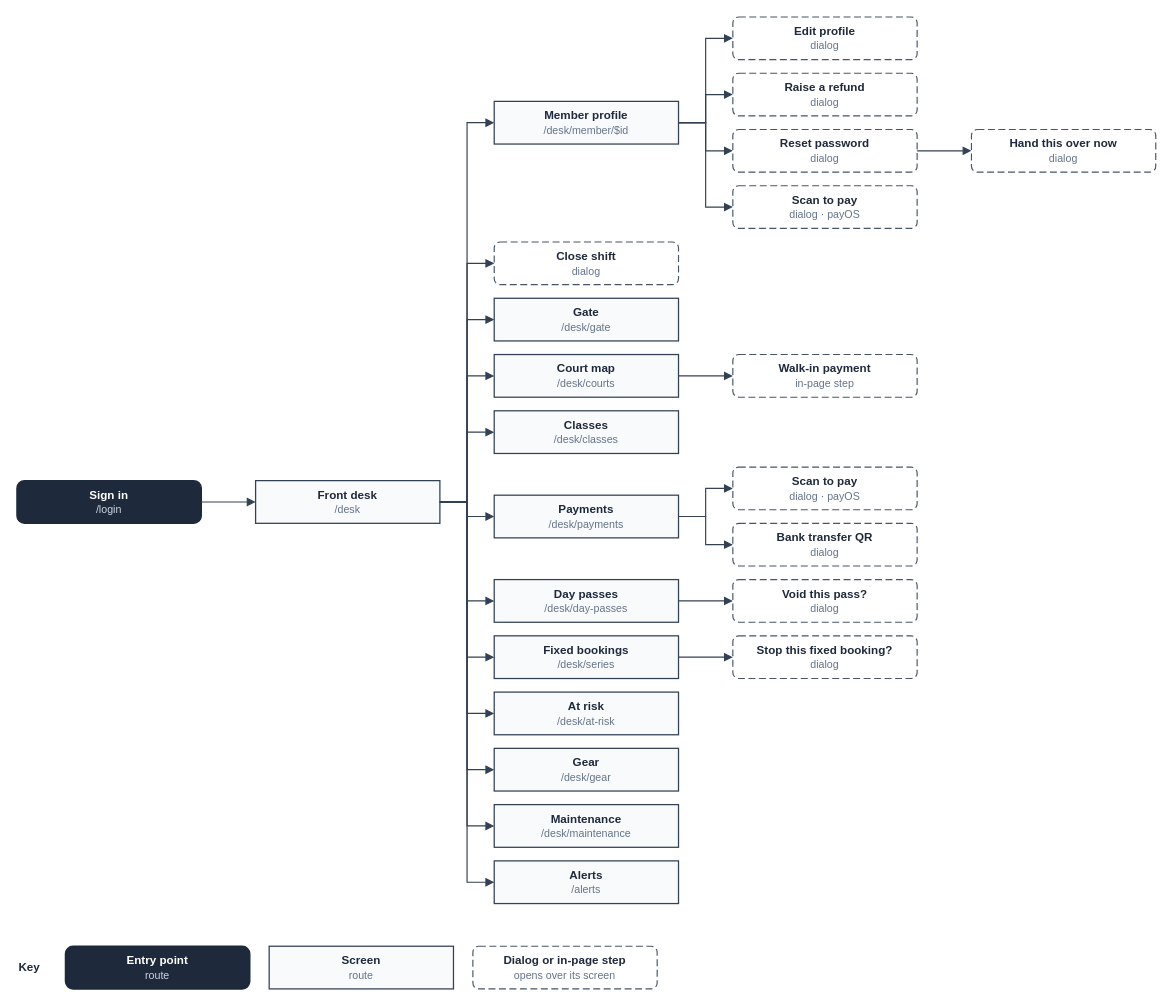
facingshootingstar/Arena3 keeps this draw.io diagram as docs/diagrams/srs/26-sf-receptionist.drawio. Above is the earlier version. Source tidied: cells renumbered, new cells numbered last; positions are measured from the earlier drawing's top-left corner, leaving out a move shared by most shapes. Both pictures are drawn from the tidied source at 97%, with x=0, y=0 at pixel (16, 16).
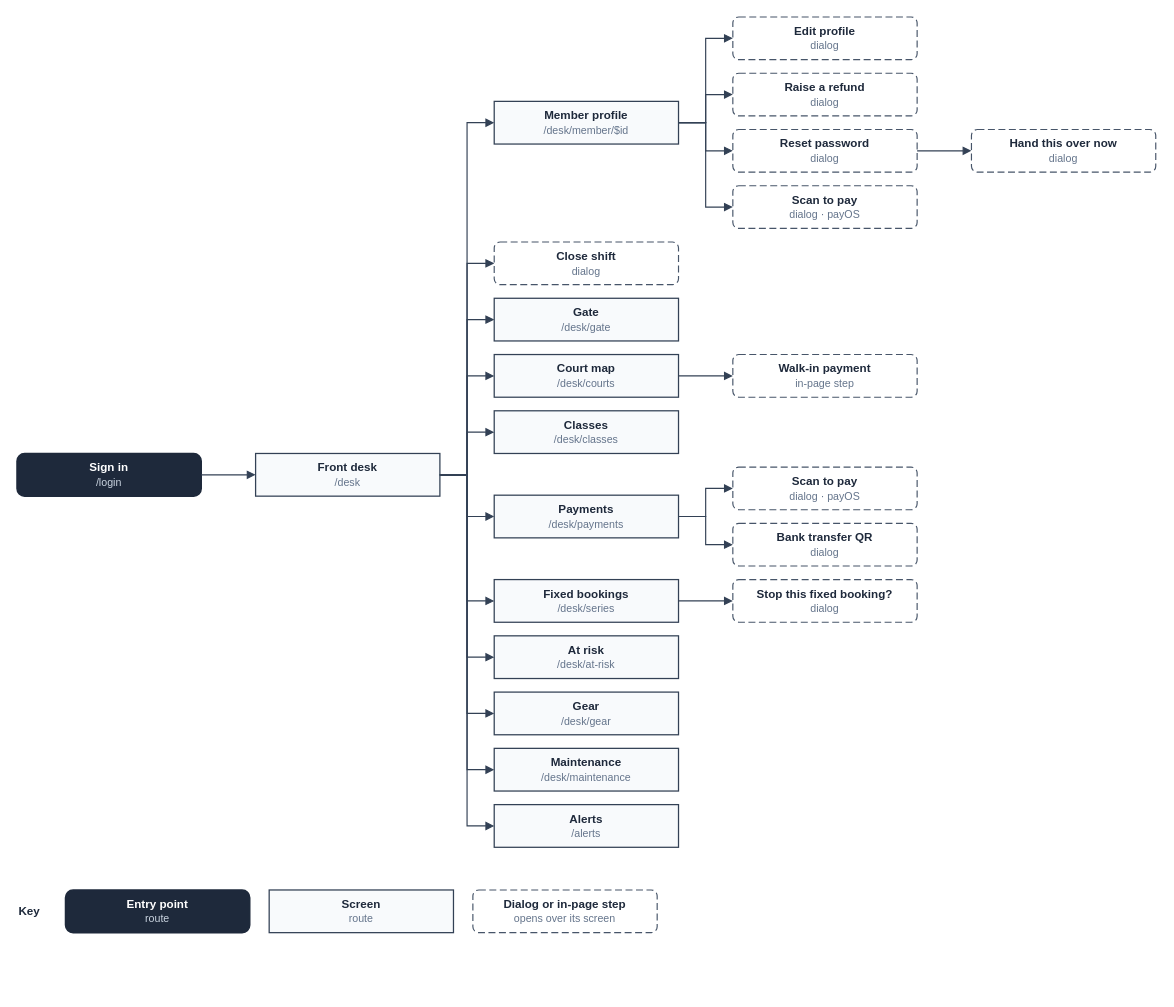
The same diagram, later.

The change refers to these unchanged cells:
```xml
<mxCell id="4" value="&lt;b&gt;Member profile&lt;/b&gt;&lt;br&gt;&lt;font style=&quot;font-size:11px&quot; color=&quot;#64748b&quot;&gt;/desk/member/$id&lt;/font&gt;" style="rounded=0;fillColor=#f8fafc;strokeColor=#334155;strokeWidth=1.3;whiteSpace=wrap;html=1;fontFamily=Helvetica;fontSize=12;fontColor=#1e293b;" parent="1" vertex="1">
  <mxGeometry x="492" y="87" width="190" height="44" as="geometry" />
</mxCell>
<mxCell id="16" value="&lt;b&gt;Close shift&lt;/b&gt;&lt;br&gt;&lt;font style=&quot;font-size:11px&quot; color=&quot;#64748b&quot;&gt;dialog&lt;/font&gt;" style="rounded=1;arcSize=14;dashed=1;dashPattern=6 3;fillColor=#ffffff;strokeColor=#475569;strokeWidth=1.2;whiteSpace=wrap;html=1;fontFamily=Helvetica;fontSize=12;fontColor=#1e293b;" parent="1" vertex="1">
  <mxGeometry x="492" y="232" width="190" height="44" as="geometry" />
</mxCell>
<mxCell id="18" value="&lt;b&gt;Gate&lt;/b&gt;&lt;br&gt;&lt;font style=&quot;font-size:11px&quot; color=&quot;#64748b&quot;&gt;/desk/gate&lt;/font&gt;" style="rounded=0;fillColor=#f8fafc;strokeColor=#334155;strokeWidth=1.3;whiteSpace=wrap;html=1;fontFamily=Helvetica;fontSize=12;fontColor=#1e293b;" parent="1" vertex="1">
  <mxGeometry x="492" y="290" width="190" height="44" as="geometry" />
</mxCell>
<mxCell id="20" value="&lt;b&gt;Court map&lt;/b&gt;&lt;br&gt;&lt;font style=&quot;font-size:11px&quot; color=&quot;#64748b&quot;&gt;/desk/courts&lt;/font&gt;" style="rounded=0;fillColor=#f8fafc;strokeColor=#334155;strokeWidth=1.3;whiteSpace=wrap;html=1;fontFamily=Helvetica;fontSize=12;fontColor=#1e293b;" parent="1" vertex="1">
  <mxGeometry x="492" y="348" width="190" height="44" as="geometry" />
</mxCell>
<mxCell id="24" value="&lt;b&gt;Classes&lt;/b&gt;&lt;br&gt;&lt;font style=&quot;font-size:11px&quot; color=&quot;#64748b&quot;&gt;/desk/classes&lt;/font&gt;" style="rounded=0;fillColor=#f8fafc;strokeColor=#334155;strokeWidth=1.3;whiteSpace=wrap;html=1;fontFamily=Helvetica;fontSize=12;fontColor=#1e293b;" parent="1" vertex="1">
  <mxGeometry x="492" y="406" width="190" height="44" as="geometry" />
</mxCell>
<mxCell id="26" value="&lt;b&gt;Payments&lt;/b&gt;&lt;br&gt;&lt;font style=&quot;font-size:11px&quot; color=&quot;#64748b&quot;&gt;/desk/payments&lt;/font&gt;" style="rounded=0;fillColor=#f8fafc;strokeColor=#334155;strokeWidth=1.3;whiteSpace=wrap;html=1;fontFamily=Helvetica;fontSize=12;fontColor=#1e293b;" parent="1" vertex="1">
  <mxGeometry x="492" y="493" width="190" height="44" as="geometry" />
</mxCell>
```

The edit, as a diff of the source:
```diff
@@
     <mxCell id="2" value="&lt;b&gt;Sign in&lt;/b&gt;&lt;br&gt;&lt;font style=&quot;font-size:11px&quot; color=&quot;#cbd5e1&quot;&gt;/login&lt;/font&gt;" style="rounded=1;arcSize=18;fillColor=#1e293b;strokeColor=#1e293b;strokeWidth=1.5;whiteSpace=wrap;html=1;fontFamily=Helvetica;fontSize=12;fontColor=#1e293b;fontColor=#ffffff;" parent="1" vertex="1">
-      <mxGeometry y="478" width="190" height="44" as="geometry" />
+      <mxGeometry y="450" width="190" height="44" as="geometry" />
     </mxCell>
     <mxCell id="3" value="&lt;b&gt;Front desk&lt;/b&gt;&lt;br&gt;&lt;font style=&quot;font-size:11px&quot; color=&quot;#64748b&quot;&gt;/desk&lt;/font&gt;" style="rounded=0;fillColor=#f8fafc;strokeColor=#334155;strokeWidth=1.3;whiteSpace=wrap;html=1;fontFamily=Helvetica;fontSize=12;fontColor=#1e293b;" parent="1" vertex="1">
-      <mxGeometry x="246" y="478" width="190" height="44" as="geometry" />
+      <mxGeometry x="246" y="450" width="190" height="44" as="geometry" />
     </mxCell>
@@
     <mxCell id="15" style="html=1;rounded=0;edgeStyle=none;endArrow=block;endFill=1;endSize=6;strokeColor=#334155;strokeWidth=1.2;exitX=1.0000;exitY=0.5000;exitDx=0;exitDy=0;exitPerimeter=0;entryX=0.0000;entryY=0.5000;entryDx=0;entryDy=0;entryPerimeter=0;" parent="1" edge="1" source="3" target="4">
       <mxGeometry relative="1" as="geometry">
         <Array as="points">
-          <mxPoint x="464" y="500" />
+          <mxPoint x="464" y="472" />
           <mxPoint x="464" y="109" />
         </Array>
       </mxGeometry>
     </mxCell>
@@
     <mxCell id="17" style="html=1;rounded=0;edgeStyle=none;endArrow=block;endFill=1;endSize=6;strokeColor=#334155;strokeWidth=1.2;exitX=1.0000;exitY=0.5000;exitDx=0;exitDy=0;exitPerimeter=0;entryX=0.0000;entryY=0.5000;entryDx=0;entryDy=0;entryPerimeter=0;" parent="1" edge="1" source="3" target="16">
       <mxGeometry relative="1" as="geometry">
         <Array as="points">
-          <mxPoint x="464" y="500" />
+          <mxPoint x="464" y="472" />
           <mxPoint x="464" y="254" />
         </Array>
       </mxGeometry>
     </mxCell>
@@
     <mxCell id="19" style="html=1;rounded=0;edgeStyle=none;endArrow=block;endFill=1;endSize=6;strokeColor=#334155;strokeWidth=1.2;exitX=1.0000;exitY=0.5000;exitDx=0;exitDy=0;exitPerimeter=0;entryX=0.0000;entryY=0.5000;entryDx=0;entryDy=0;entryPerimeter=0;" parent="1" edge="1" source="3" target="18">
       <mxGeometry relative="1" as="geometry">
         <Array as="points">
-          <mxPoint x="464" y="500" />
+          <mxPoint x="464" y="472" />
           <mxPoint x="464" y="312" />
         </Array>
       </mxGeometry>
     </mxCell>
@@
     <mxCell id="23" style="html=1;rounded=0;edgeStyle=none;endArrow=block;endFill=1;endSize=6;strokeColor=#334155;strokeWidth=1.2;exitX=1.0000;exitY=0.5000;exitDx=0;exitDy=0;exitPerimeter=0;entryX=0.0000;entryY=0.5000;entryDx=0;entryDy=0;entryPerimeter=0;" parent="1" edge="1" source="3" target="20">
       <mxGeometry relative="1" as="geometry">
         <Array as="points">
-          <mxPoint x="464" y="500" />
+          <mxPoint x="464" y="472" />
           <mxPoint x="464" y="370" />
         </Array>
       </mxGeometry>
     </mxCell>
@@
     <mxCell id="25" style="html=1;rounded=0;edgeStyle=none;endArrow=block;endFill=1;endSize=6;strokeColor=#334155;strokeWidth=1.2;exitX=1.0000;exitY=0.5000;exitDx=0;exitDy=0;exitPerimeter=0;entryX=0.0000;entryY=0.5000;entryDx=0;entryDy=0;entryPerimeter=0;" parent="1" edge="1" source="3" target="24">
       <mxGeometry relative="1" as="geometry">
         <Array as="points">
-          <mxPoint x="464" y="500" />
+          <mxPoint x="464" y="472" />
           <mxPoint x="464" y="428" />
         </Array>
       </mxGeometry>
     </mxCell>
@@
     <mxCell id="31" style="html=1;rounded=0;edgeStyle=none;endArrow=block;endFill=1;endSize=6;strokeColor=#334155;strokeWidth=1.2;exitX=1.0000;exitY=0.5000;exitDx=0;exitDy=0;exitPerimeter=0;entryX=0.0000;entryY=0.5000;entryDx=0;entryDy=0;entryPerimeter=0;" parent="1" edge="1" source="3" target="26">
       <mxGeometry relative="1" as="geometry">
         <Array as="points">
-          <mxPoint x="464" y="500" />
+          <mxPoint x="464" y="472" />
           <mxPoint x="464" y="515" />
         </Array>
       </mxGeometry>
     </mxCell>
-    <mxCell id="32" value="&lt;b&gt;Day passes&lt;/b&gt;&lt;br&gt;&lt;font style=&quot;font-size:11px&quot; color=&quot;#64748b&quot;&gt;/desk/day-passes&lt;/font&gt;" style="rounded=0;fillColor=#f8fafc;strokeColor=#334155;strokeWidth=1.3;whiteSpace=wrap;html=1;fontFamily=Helvetica;fontSize=12;fontColor=#1e293b;" parent="1" vertex="1">
+    <mxCell id="32" value="&lt;b&gt;Fixed bookings&lt;/b&gt;&lt;br&gt;&lt;font style=&quot;font-size:11px&quot; color=&quot;#64748b&quot;&gt;/desk/series&lt;/font&gt;" style="rounded=0;fillColor=#f8fafc;strokeColor=#334155;strokeWidth=1.3;whiteSpace=wrap;html=1;fontFamily=Helvetica;fontSize=12;fontColor=#1e293b;" parent="1" vertex="1">
       <mxGeometry x="492" y="580" width="190" height="44" as="geometry" />
     </mxCell>
-    <mxCell id="33" value="&lt;b&gt;Void this pass?&lt;/b&gt;&lt;br&gt;&lt;font style=&quot;font-size:11px&quot; color=&quot;#64748b&quot;&gt;dialog&lt;/font&gt;" style="rounded=1;arcSize=14;dashed=1;dashPattern=6 3;fillColor=#ffffff;strokeColor=#475569;strokeWidth=1.2;whiteSpace=wrap;html=1;fontFamily=Helvetica;fontSize=12;fontColor=#1e293b;" parent="1" vertex="1">
+    <mxCell id="33" value="&lt;b&gt;Stop this fixed booking?&lt;/b&gt;&lt;br&gt;&lt;font style=&quot;font-size:11px&quot; color=&quot;#64748b&quot;&gt;dialog&lt;/font&gt;" style="rounded=1;arcSize=14;dashed=1;dashPattern=6 3;fillColor=#ffffff;strokeColor=#475569;strokeWidth=1.2;whiteSpace=wrap;html=1;fontFamily=Helvetica;fontSize=12;fontColor=#1e293b;" parent="1" vertex="1">
       <mxGeometry x="738" y="580" width="190" height="44" as="geometry" />
     </mxCell>
@@
     <mxCell id="35" style="html=1;rounded=0;edgeStyle=none;endArrow=block;endFill=1;endSize=6;strokeColor=#334155;strokeWidth=1.2;exitX=1.0000;exitY=0.5000;exitDx=0;exitDy=0;exitPerimeter=0;entryX=0.0000;entryY=0.5000;entryDx=0;entryDy=0;entryPerimeter=0;" parent="1" edge="1" source="3" target="32">
       <mxGeometry relative="1" as="geometry">
         <Array as="points">
-          <mxPoint x="464" y="500" />
+          <mxPoint x="464" y="472" />
           <mxPoint x="464" y="602" />
         </Array>
       </mxGeometry>
     </mxCell>
-    <mxCell id="36" value="&lt;b&gt;Fixed bookings&lt;/b&gt;&lt;br&gt;&lt;font style=&quot;font-size:11px&quot; color=&quot;#64748b&quot;&gt;/desk/series&lt;/font&gt;" style="rounded=0;fillColor=#f8fafc;strokeColor=#334155;strokeWidth=1.3;whiteSpace=wrap;html=1;fontFamily=Helvetica;fontSize=12;fontColor=#1e293b;" parent="1" vertex="1">
+    <mxCell id="36" value="&lt;b&gt;At risk&lt;/b&gt;&lt;br&gt;&lt;font style=&quot;font-size:11px&quot; color=&quot;#64748b&quot;&gt;/desk/at-risk&lt;/font&gt;" style="rounded=0;fillColor=#f8fafc;strokeColor=#334155;strokeWidth=1.3;whiteSpace=wrap;html=1;fontFamily=Helvetica;fontSize=12;fontColor=#1e293b;" parent="1" vertex="1">
       <mxGeometry x="492" y="638" width="190" height="44" as="geometry" />
     </mxCell>
-    <mxCell id="37" value="&lt;b&gt;Stop this fixed booking?&lt;/b&gt;&lt;br&gt;&lt;font style=&quot;font-size:11px&quot; color=&quot;#64748b&quot;&gt;dialog&lt;/font&gt;" style="rounded=1;arcSize=14;dashed=1;dashPattern=6 3;fillColor=#ffffff;strokeColor=#475569;strokeWidth=1.2;whiteSpace=wrap;html=1;fontFamily=Helvetica;fontSize=12;fontColor=#1e293b;" parent="1" vertex="1">
-      <mxGeometry x="738" y="638" width="190" height="44" as="geometry" />
-    </mxCell>
-    <mxCell id="38" style="html=1;rounded=0;edgeStyle=none;endArrow=block;endFill=1;endSize=6;strokeColor=#334155;strokeWidth=1.2;exitX=1.0000;exitY=0.5000;exitDx=0;exitDy=0;exitPerimeter=0;entryX=0.0000;entryY=0.5000;entryDx=0;entryDy=0;entryPerimeter=0;" parent="1" edge="1" source="36" target="37">
-      <mxGeometry relative="1" as="geometry" />
-    </mxCell>
+    <mxCell id="53" style="html=1;rounded=0;edgeStyle=none;endArrow=block;endFill=1;endSize=6;strokeColor=#334155;strokeWidth=1.2;exitX=1.0000;exitY=0.5000;exitDx=0;exitDy=0;exitPerimeter=0;entryX=0.0000;entryY=0.5000;entryDx=0;entryDy=0;entryPerimeter=0;" parent="1" edge="1" source="3" target="36">
+      <mxGeometry relative="1" as="geometry">
+        <Array as="points">
+          <mxPoint x="464" y="472" />
+          <mxPoint x="464" y="660" />
+        </Array>
+      </mxGeometry>
+    </mxCell>
+    <mxCell id="54" value="&lt;b&gt;Gear&lt;/b&gt;&lt;br&gt;&lt;font style=&quot;font-size:11px&quot; color=&quot;#64748b&quot;&gt;/desk/gear&lt;/font&gt;" style="rounded=0;fillColor=#f8fafc;strokeColor=#334155;strokeWidth=1.3;whiteSpace=wrap;html=1;fontFamily=Helvetica;fontSize=12;fontColor=#1e293b;" parent="1" vertex="1">
+      <mxGeometry x="492" y="696" width="190" height="44" as="geometry" />
+    </mxCell>
-    <mxCell id="39" style="html=1;rounded=0;edgeStyle=none;endArrow=block;endFill=1;endSize=6;strokeColor=#334155;strokeWidth=1.2;exitX=1.0000;exitY=0.5000;exitDx=0;exitDy=0;exitPerimeter=0;entryX=0.0000;entryY=0.5000;entryDx=0;entryDy=0;entryPerimeter=0;" parent="1" edge="1" source="3" target="36">
+    <mxCell id="39" style="html=1;rounded=0;edgeStyle=none;endArrow=block;endFill=1;endSize=6;strokeColor=#334155;strokeWidth=1.2;exitX=1.0000;exitY=0.5000;exitDx=0;exitDy=0;exitPerimeter=0;entryX=0.0000;entryY=0.5000;entryDx=0;entryDy=0;entryPerimeter=0;" parent="1" edge="1" source="3" target="54">
       <mxGeometry relative="1" as="geometry">
         <Array as="points">
-          <mxPoint x="464" y="500" />
-          <mxPoint x="464" y="660" />
+          <mxPoint x="464" y="472" />
+          <mxPoint x="464" y="718" />
         </Array>
       </mxGeometry>
     </mxCell>
-    <mxCell id="40" value="&lt;b&gt;At risk&lt;/b&gt;&lt;br&gt;&lt;font style=&quot;font-size:11px&quot; color=&quot;#64748b&quot;&gt;/desk/at-risk&lt;/font&gt;" style="rounded=0;fillColor=#f8fafc;strokeColor=#334155;strokeWidth=1.3;whiteSpace=wrap;html=1;fontFamily=Helvetica;fontSize=12;fontColor=#1e293b;" parent="1" vertex="1">
-      <mxGeometry x="492" y="696" width="190" height="44" as="geometry" />
+    <mxCell id="40" value="&lt;b&gt;Maintenance&lt;/b&gt;&lt;br&gt;&lt;font style=&quot;font-size:11px&quot; color=&quot;#64748b&quot;&gt;/desk/maintenance&lt;/font&gt;" style="rounded=0;fillColor=#f8fafc;strokeColor=#334155;strokeWidth=1.3;whiteSpace=wrap;html=1;fontFamily=Helvetica;fontSize=12;fontColor=#1e293b;" parent="1" vertex="1">
+      <mxGeometry x="492" y="754" width="190" height="44" as="geometry" />
     </mxCell>
     <mxCell id="41" style="html=1;rounded=0;edgeStyle=none;endArrow=block;endFill=1;endSize=6;strokeColor=#334155;strokeWidth=1.2;exitX=1.0000;exitY=0.5000;exitDx=0;exitDy=0;exitPerimeter=0;entryX=0.0000;entryY=0.5000;entryDx=0;entryDy=0;entryPerimeter=0;" parent="1" edge="1" source="3" target="40">
       <mxGeometry relative="1" as="geometry">
         <Array as="points">
-          <mxPoint x="464" y="500" />
-          <mxPoint x="464" y="718" />
+          <mxPoint x="464" y="472" />
+          <mxPoint x="464" y="776" />
         </Array>
       </mxGeometry>
     </mxCell>
-    <mxCell id="42" value="&lt;b&gt;Gear&lt;/b&gt;&lt;br&gt;&lt;font style=&quot;font-size:11px&quot; color=&quot;#64748b&quot;&gt;/desk/gear&lt;/font&gt;" style="rounded=0;fillColor=#f8fafc;strokeColor=#334155;strokeWidth=1.3;whiteSpace=wrap;html=1;fontFamily=Helvetica;fontSize=12;fontColor=#1e293b;" parent="1" vertex="1">
-      <mxGeometry x="492" y="754" width="190" height="44" as="geometry" />
+    <mxCell id="42" value="&lt;b&gt;Alerts&lt;/b&gt;&lt;br&gt;&lt;font style=&quot;font-size:11px&quot; color=&quot;#64748b&quot;&gt;/alerts&lt;/font&gt;" style="rounded=0;fillColor=#f8fafc;strokeColor=#334155;strokeWidth=1.3;whiteSpace=wrap;html=1;fontFamily=Helvetica;fontSize=12;fontColor=#1e293b;" parent="1" vertex="1">
+      <mxGeometry x="492" y="812" width="190" height="44" as="geometry" />
     </mxCell>
     <mxCell id="43" style="html=1;rounded=0;edgeStyle=none;endArrow=block;endFill=1;endSize=6;strokeColor=#334155;strokeWidth=1.2;exitX=1.0000;exitY=0.5000;exitDx=0;exitDy=0;exitPerimeter=0;entryX=0.0000;entryY=0.5000;entryDx=0;entryDy=0;entryPerimeter=0;" parent="1" edge="1" source="3" target="42">
       <mxGeometry relative="1" as="geometry">
         <Array as="points">
-          <mxPoint x="464" y="500" />
-          <mxPoint x="464" y="776" />
+          <mxPoint x="464" y="472" />
+          <mxPoint x="464" y="834" />
         </Array>
       </mxGeometry>
     </mxCell>
-    <mxCell id="44" value="&lt;b&gt;Maintenance&lt;/b&gt;&lt;br&gt;&lt;font style=&quot;font-size:11px&quot; color=&quot;#64748b&quot;&gt;/desk/maintenance&lt;/font&gt;" style="rounded=0;fillColor=#f8fafc;strokeColor=#334155;strokeWidth=1.3;whiteSpace=wrap;html=1;fontFamily=Helvetica;fontSize=12;fontColor=#1e293b;" parent="1" vertex="1">
-      <mxGeometry x="492" y="812" width="190" height="44" as="geometry" />
-    </mxCell>
-    <mxCell id="45" style="html=1;rounded=0;edgeStyle=none;endArrow=block;endFill=1;endSize=6;strokeColor=#334155;strokeWidth=1.2;exitX=1.0000;exitY=0.5000;exitDx=0;exitDy=0;exitPerimeter=0;entryX=0.0000;entryY=0.5000;entryDx=0;entryDy=0;entryPerimeter=0;" parent="1" edge="1" source="3" target="44">
-      <mxGeometry relative="1" as="geometry">
-        <Array as="points">
-          <mxPoint x="464" y="500" />
-          <mxPoint x="464" y="834" />
-        </Array>
-      </mxGeometry>
-    </mxCell>
-    <mxCell id="46" value="&lt;b&gt;Alerts&lt;/b&gt;&lt;br&gt;&lt;font style=&quot;font-size:11px&quot; color=&quot;#64748b&quot;&gt;/alerts&lt;/font&gt;" style="rounded=0;fillColor=#f8fafc;strokeColor=#334155;strokeWidth=1.3;whiteSpace=wrap;html=1;fontFamily=Helvetica;fontSize=12;fontColor=#1e293b;" parent="1" vertex="1">
-      <mxGeometry x="492" y="870" width="190" height="44" as="geometry" />
-    </mxCell>
-    <mxCell id="47" style="html=1;rounded=0;edgeStyle=none;endArrow=block;endFill=1;endSize=6;strokeColor=#334155;strokeWidth=1.2;exitX=1.0000;exitY=0.5000;exitDx=0;exitDy=0;exitPerimeter=0;entryX=0.0000;entryY=0.5000;entryDx=0;entryDy=0;entryPerimeter=0;" parent="1" edge="1" source="3" target="46">
-      <mxGeometry relative="1" as="geometry">
-        <Array as="points">
-          <mxPoint x="464" y="500" />
-          <mxPoint x="464" y="892" />
-        </Array>
-      </mxGeometry>
-    </mxCell>
@@
     <mxCell id="49" value="Key" style="text;html=1;align=left;verticalAlign=middle;fontFamily=Helvetica;fontSize=12;fontColor=#1e293b;fontStyle=1;" parent="1" vertex="1">
-      <mxGeometry y="965" width="40" height="30" as="geometry" />
+      <mxGeometry y="907" width="40" height="30" as="geometry" />
     </mxCell>
     <mxCell id="50" value="&lt;b&gt;Entry point&lt;/b&gt;&lt;br&gt;&lt;font style=&quot;font-size:11px&quot; color=&quot;#cbd5e1&quot;&gt;route&lt;/font&gt;" style="rounded=1;arcSize=18;fillColor=#1e293b;strokeColor=#1e293b;strokeWidth=1.5;whiteSpace=wrap;html=1;fontFamily=Helvetica;fontSize=12;fontColor=#1e293b;fontColor=#ffffff;" parent="1" vertex="1">
-      <mxGeometry x="50" y="958" width="190" height="44" as="geometry" />
+      <mxGeometry x="50" y="900" width="190" height="44" as="geometry" />
     </mxCell>
     <mxCell id="51" value="&lt;b&gt;Screen&lt;/b&gt;&lt;br&gt;&lt;font style=&quot;font-size:11px&quot; color=&quot;#64748b&quot;&gt;route&lt;/font&gt;" style="rounded=0;fillColor=#f8fafc;strokeColor=#334155;strokeWidth=1.3;whiteSpace=wrap;html=1;fontFamily=Helvetica;fontSize=12;fontColor=#1e293b;" parent="1" vertex="1">
-      <mxGeometry x="260" y="958" width="190" height="44" as="geometry" />
+      <mxGeometry x="260" y="900" width="190" height="44" as="geometry" />
     </mxCell>
     <mxCell id="52" value="&lt;b&gt;Dialog or in-page step&lt;/b&gt;&lt;br&gt;&lt;font style=&quot;font-size:11px&quot; color=&quot;#64748b&quot;&gt;opens over its screen&lt;/font&gt;" style="rounded=1;arcSize=14;dashed=1;dashPattern=6 3;fillColor=#ffffff;strokeColor=#475569;strokeWidth=1.2;whiteSpace=wrap;html=1;fontFamily=Helvetica;fontSize=12;fontColor=#1e293b;" parent="1" vertex="1">
-      <mxGeometry x="470" y="958" width="190" height="44" as="geometry" />
+      <mxGeometry x="470" y="900" width="190" height="44" as="geometry" />
     </mxCell>
```
